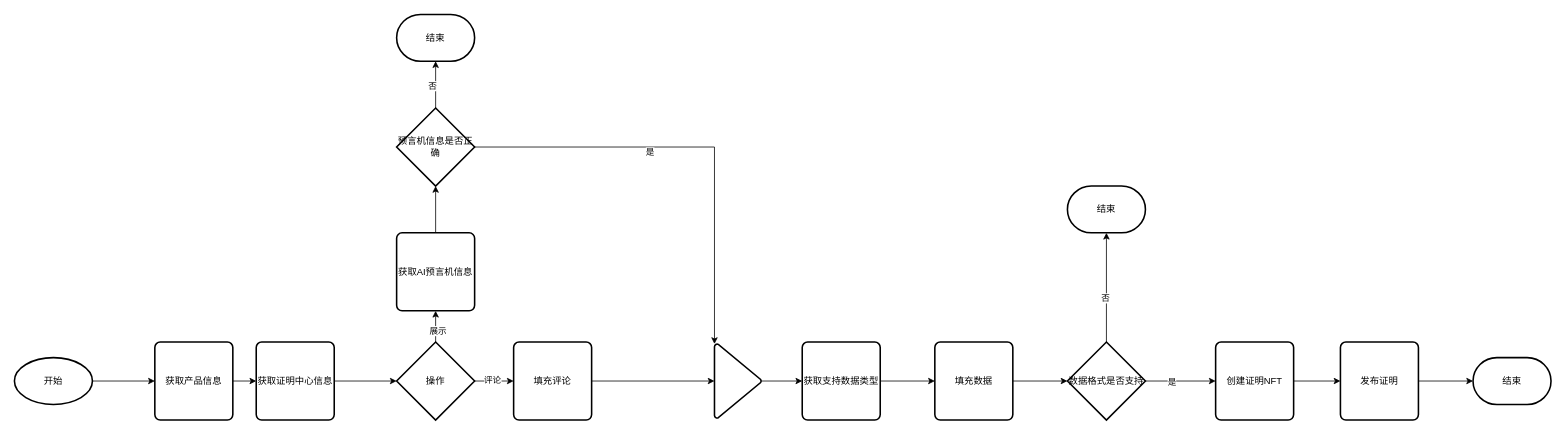
Above: page "证明中心评论" (9 of 10) of 申请流程.drawio in xymtop/draw (draw.io), before the change. Source tidied: cells renumbered, new cells numbered last; positions are measured from the earlier drawing's top-left corner, leaving out a move shared by most shapes. Both pictures are drawn from the tidied source at 78%, with x=0, y=0 at pixel (14, 14).
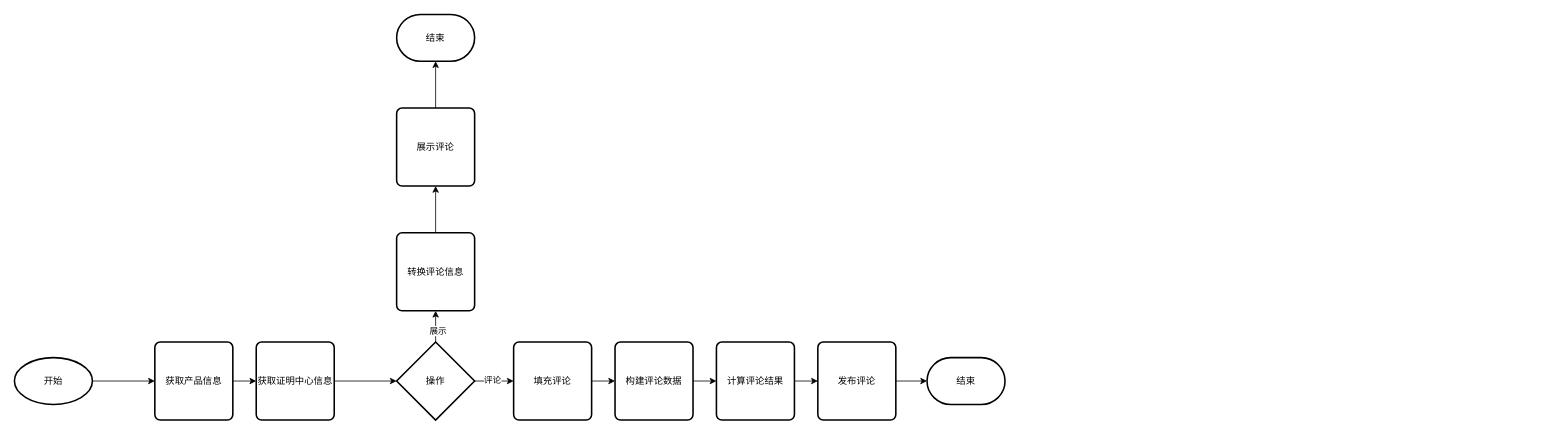
After the change.

Unchanged cells that the change refers to:
```xml
<mxCell id="14" value="填充评论" style="rounded=1;whiteSpace=wrap;html=1;absoluteArcSize=1;arcSize=14;strokeWidth=2;" parent="1" vertex="1">
  <mxGeometry x="640" y="420" width="100" height="100" as="geometry" />
</mxCell>
<mxCell id="34" value="结束" style="strokeWidth=2;html=1;shape=mxgraph.flowchart.terminator;whiteSpace=wrap;" parent="1" vertex="1">
  <mxGeometry x="490" width="100" height="60" as="geometry" />
</mxCell>
```

Change to the diagram source:
```diff
@@
+    <mxCell id="40" style="edgeStyle=orthogonalEdgeStyle;rounded=0;jettySize=auto;html=1;exitX=0.5;exitY=0;exitDx=0;exitDy=0;entryX=0.5;entryY=1;entryDx=0;entryDy=0;" parent="1" edge="1" source="12" target="42">
+      <mxGeometry relative="1" as="geometry" />
+    </mxCell>
-    <mxCell id="12" value="获取AI预言机信息" style="rounded=1;whiteSpace=wrap;html=1;absoluteArcSize=1;arcSize=14;strokeWidth=2;" parent="1" vertex="1">
+    <mxCell id="12" value="转换评论信息" style="rounded=1;whiteSpace=wrap;html=1;absoluteArcSize=1;arcSize=14;strokeWidth=2;" parent="1" vertex="1">
       <mxGeometry x="490" y="280" width="100" height="100" as="geometry" />
     </mxCell>
-    <mxCell id="13" value="预言机信息是否正确" style="strokeWidth=2;html=1;shape=mxgraph.flowchart.decision;whiteSpace=wrap;" parent="1" vertex="1">
-      <mxGeometry x="490" y="120" width="100" height="100" as="geometry" />
-    </mxCell>
+    <mxCell id="41" style="edgeStyle=orthogonalEdgeStyle;rounded=0;jettySize=auto;html=1;exitX=1;exitY=0.5;exitDx=0;exitDy=0;entryX=0;entryY=0.5;entryDx=0;entryDy=0;" parent="1" edge="1" source="14" target="45">
+      <mxGeometry relative="1" as="geometry" />
+    </mxCell>
@@
-    <mxCell id="15" style="edgeStyle=orthogonalEdgeStyle;rounded=0;jettySize=auto;html=1;exitX=1;exitY=0.5;exitDx=0;exitDy=0;entryX=0;entryY=0.5;entryDx=0;entryDy=0;" parent="1" edge="1" source="16" target="24">
-      <mxGeometry relative="1" as="geometry" />
-    </mxCell>
-    <mxCell id="16" value="获取支持数据类型" style="rounded=1;whiteSpace=wrap;html=1;absoluteArcSize=1;arcSize=14;strokeWidth=2;" parent="1" vertex="1">
-      <mxGeometry x="1010" y="420" width="100" height="100" as="geometry" />
-    </mxCell>
-    <mxCell id="17" style="edgeStyle=orthogonalEdgeStyle;rounded=0;jettySize=auto;html=1;exitX=0.5;exitY=1;exitDx=0;exitDy=0;exitPerimeter=0;entryX=0;entryY=0.5;entryDx=0;entryDy=0;" parent="1" edge="1" source="18" target="16">
-      <mxGeometry relative="1" as="geometry" />
-    </mxCell>
-    <mxCell id="18" style="strokeWidth=2;html=1;shape=mxgraph.flowchart.merge_or_storage;whiteSpace=wrap;rotation=-90;" parent="1" vertex="1">
-      <mxGeometry x="880" y="440" width="95" height="60" as="geometry" />
-    </mxCell>
@@
-    <mxCell id="20" style="edgeStyle=orthogonalEdgeStyle;rounded=0;jettySize=auto;html=1;exitX=0.5;exitY=0;exitDx=0;exitDy=0;entryX=0.5;entryY=1;entryDx=0;entryDy=0;entryPerimeter=0;" parent="1" edge="1" source="12" target="13">
-      <mxGeometry relative="1" as="geometry" />
-    </mxCell>
-    <mxCell id="21" style="edgeStyle=orthogonalEdgeStyle;rounded=0;jettySize=auto;html=1;exitX=1;exitY=0.5;exitDx=0;exitDy=0;exitPerimeter=0;entryX=1;entryY=0;entryDx=0;entryDy=0;entryPerimeter=0;" parent="1" edge="1" source="13" target="18">
-      <mxGeometry relative="1" as="geometry" />
-    </mxCell>
-    <mxCell id="22" value="是" style="edgeLabel;html=1;align=center;verticalAlign=middle;" parent="21" vertex="1">
-      <mxGeometry x="-0.2" y="-6" relative="1" as="geometry" />
-    </mxCell>
-    <mxCell id="23" style="edgeStyle=orthogonalEdgeStyle;rounded=0;jettySize=auto;html=1;exitX=1;exitY=0.5;exitDx=0;exitDy=0;entryX=0.5;entryY=0;entryDx=0;entryDy=0;entryPerimeter=0;" parent="1" edge="1" source="14" target="18">
-      <mxGeometry relative="1" as="geometry" />
-    </mxCell>
-    <mxCell id="24" value="填充数据" style="rounded=1;whiteSpace=wrap;html=1;absoluteArcSize=1;arcSize=14;strokeWidth=2;" parent="1" vertex="1">
-      <mxGeometry x="1180" y="420" width="100" height="100" as="geometry" />
-    </mxCell>
-    <mxCell id="25" style="edgeStyle=orthogonalEdgeStyle;rounded=0;jettySize=auto;html=1;exitX=1;exitY=0.5;exitDx=0;exitDy=0;exitPerimeter=0;entryX=0;entryY=0.5;entryDx=0;entryDy=0;" parent="1" edge="1" source="27" target="29">
-      <mxGeometry relative="1" as="geometry" />
-    </mxCell>
-    <mxCell id="26" value="是" style="edgeLabel;html=1;align=center;verticalAlign=middle;" parent="25" vertex="1">
-      <mxGeometry x="-0.26" relative="1" as="geometry" />
-    </mxCell>
-    <mxCell id="27" value="数据格式是否支持" style="strokeWidth=2;html=1;shape=mxgraph.flowchart.decision;whiteSpace=wrap;" parent="1" vertex="1">
-      <mxGeometry x="1350" y="420" width="100" height="100" as="geometry" />
-    </mxCell>
-    <mxCell id="28" style="edgeStyle=orthogonalEdgeStyle;rounded=0;jettySize=auto;html=1;exitX=1;exitY=0.5;exitDx=0;exitDy=0;" parent="1" edge="1" source="29" target="30">
-      <mxGeometry relative="1" as="geometry" />
-    </mxCell>
-    <mxCell id="29" value="创建证明NFT" style="rounded=1;whiteSpace=wrap;html=1;absoluteArcSize=1;arcSize=14;strokeWidth=2;" parent="1" vertex="1">
-      <mxGeometry x="1540" y="420" width="100" height="100" as="geometry" />
-    </mxCell>
-    <mxCell id="30" value="发布证明" style="rounded=1;whiteSpace=wrap;html=1;absoluteArcSize=1;arcSize=14;strokeWidth=2;" parent="1" vertex="1">
-      <mxGeometry x="1700" y="420" width="100" height="100" as="geometry" />
-    </mxCell>
-    <mxCell id="31" style="edgeStyle=orthogonalEdgeStyle;rounded=0;jettySize=auto;html=1;exitX=1;exitY=0.5;exitDx=0;exitDy=0;entryX=0;entryY=0.5;entryDx=0;entryDy=0;entryPerimeter=0;" parent="1" edge="1" source="24" target="27">
-      <mxGeometry relative="1" as="geometry" />
-    </mxCell>
-    <mxCell id="32" value="结束" style="strokeWidth=2;html=1;shape=mxgraph.flowchart.terminator;whiteSpace=wrap;" parent="1" vertex="1">
-      <mxGeometry x="1870" y="440" width="100" height="60" as="geometry" />
-    </mxCell>
-    <mxCell id="33" style="edgeStyle=orthogonalEdgeStyle;rounded=0;jettySize=auto;html=1;exitX=1;exitY=0.5;exitDx=0;exitDy=0;entryX=0;entryY=0.5;entryDx=0;entryDy=0;entryPerimeter=0;" parent="1" edge="1" source="30" target="32">
-      <mxGeometry relative="1" as="geometry" />
-    </mxCell>
@@
-    <mxCell id="35" style="edgeStyle=orthogonalEdgeStyle;rounded=0;jettySize=auto;html=1;exitX=0.5;exitY=0;exitDx=0;exitDy=0;exitPerimeter=0;entryX=0.5;entryY=1;entryDx=0;entryDy=0;entryPerimeter=0;" parent="1" edge="1" source="13" target="34">
-      <mxGeometry relative="1" as="geometry" />
-    </mxCell>
-    <mxCell id="36" value="否" style="edgeLabel;html=1;align=center;verticalAlign=middle;" parent="35" vertex="1">
-      <mxGeometry x="-0.04" y="5" relative="1" as="geometry" />
-    </mxCell>
-    <mxCell id="37" value="结束" style="strokeWidth=2;html=1;shape=mxgraph.flowchart.terminator;whiteSpace=wrap;" parent="1" vertex="1">
-      <mxGeometry x="1350" y="220" width="100" height="60" as="geometry" />
-    </mxCell>
-    <mxCell id="38" style="edgeStyle=orthogonalEdgeStyle;rounded=0;jettySize=auto;html=1;exitX=0.5;exitY=0;exitDx=0;exitDy=0;exitPerimeter=0;entryX=0.5;entryY=1;entryDx=0;entryDy=0;entryPerimeter=0;" parent="1" edge="1" source="27" target="37">
-      <mxGeometry relative="1" as="geometry" />
-    </mxCell>
-    <mxCell id="39" value="否" style="edgeLabel;html=1;align=center;verticalAlign=middle;" parent="38" vertex="1">
-      <mxGeometry x="-0.19" y="2" relative="1" as="geometry" />
-    </mxCell>
+    <mxCell id="42" value="展示评论" style="rounded=1;whiteSpace=wrap;html=1;absoluteArcSize=1;arcSize=14;strokeWidth=2;" parent="1" vertex="1">
+      <mxGeometry x="490" y="120" width="100" height="100" as="geometry" />
+    </mxCell>
+    <mxCell id="43" style="edgeStyle=orthogonalEdgeStyle;rounded=0;jettySize=auto;html=1;exitX=0.5;exitY=0;exitDx=0;exitDy=0;entryX=0.5;entryY=1;entryDx=0;entryDy=0;entryPerimeter=0;" parent="1" edge="1" source="42" target="34">
+      <mxGeometry relative="1" as="geometry" />
+    </mxCell>
+    <mxCell id="44" style="edgeStyle=orthogonalEdgeStyle;rounded=0;jettySize=auto;html=1;exitX=1;exitY=0.5;exitDx=0;exitDy=0;entryX=0;entryY=0.5;entryDx=0;entryDy=0;" parent="1" edge="1" source="45" target="47">
+      <mxGeometry relative="1" as="geometry" />
+    </mxCell>
+    <mxCell id="45" value="构建评论数据" style="rounded=1;whiteSpace=wrap;html=1;absoluteArcSize=1;arcSize=14;strokeWidth=2;" parent="1" vertex="1">
+      <mxGeometry x="770" y="420" width="100" height="100" as="geometry" />
+    </mxCell>
+    <mxCell id="46" style="edgeStyle=orthogonalEdgeStyle;rounded=0;jettySize=auto;html=1;exitX=1;exitY=0.5;exitDx=0;exitDy=0;entryX=0;entryY=0.5;entryDx=0;entryDy=0;" parent="1" edge="1" source="47" target="48">
+      <mxGeometry relative="1" as="geometry" />
+    </mxCell>
+    <mxCell id="47" value="计算评论结果" style="rounded=1;whiteSpace=wrap;html=1;absoluteArcSize=1;arcSize=14;strokeWidth=2;" parent="1" vertex="1">
+      <mxGeometry x="900" y="420" width="100" height="100" as="geometry" />
+    </mxCell>
+    <mxCell id="48" value="发布评论" style="rounded=1;whiteSpace=wrap;html=1;absoluteArcSize=1;arcSize=14;strokeWidth=2;" parent="1" vertex="1">
+      <mxGeometry x="1030" y="420" width="100" height="100" as="geometry" />
+    </mxCell>
+    <mxCell id="49" value="结束" style="strokeWidth=2;html=1;shape=mxgraph.flowchart.terminator;whiteSpace=wrap;" parent="1" vertex="1">
+      <mxGeometry x="1170" y="440" width="100" height="60" as="geometry" />
+    </mxCell>
+    <mxCell id="50" style="edgeStyle=orthogonalEdgeStyle;rounded=0;jettySize=auto;html=1;exitX=1;exitY=0.5;exitDx=0;exitDy=0;entryX=0;entryY=0.5;entryDx=0;entryDy=0;entryPerimeter=0;" parent="1" edge="1" source="48" target="49">
+      <mxGeometry relative="1" as="geometry" />
+    </mxCell>
```
